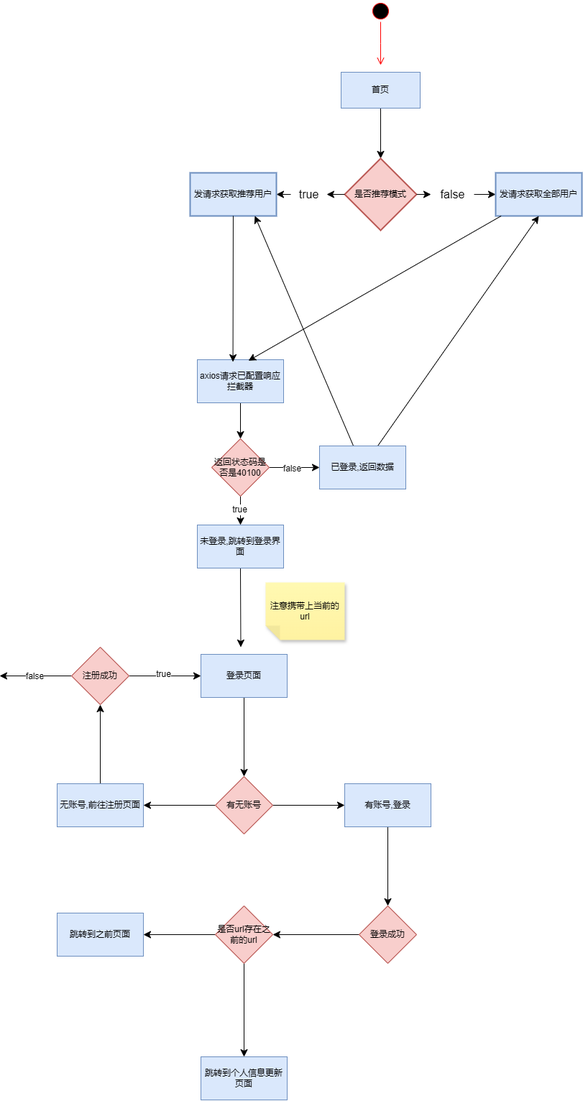
calmthinke/notePic keeps this draw.io diagram as 觅知音.drawio.png. Above is the earlier version. Source tidied: cells renumbered, new cells last; positions are measured from the earlier drawing's top-left corner, leaving out a move shared by most shapes.
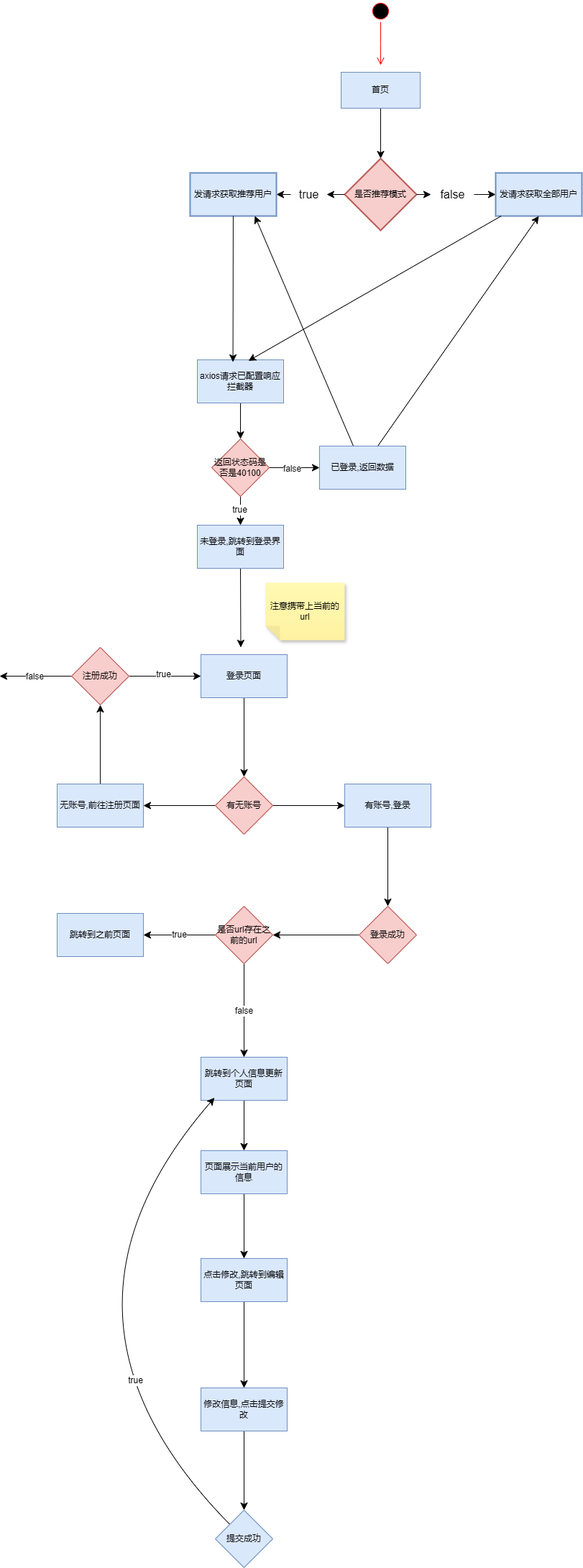
After the commit.

Commit message:
更新觅知音.drawio.png

Change to the diagram source:
```diff
@@ -137,10 +137,10 @@
     <mxCell id="44" value="登录成功" style="rhombus;whiteSpace=wrap;html=1;rounded=0;fillColor=#f8cecc;strokeColor=#b85450;" parent="1" vertex="1">
       <mxGeometry x="500" y="1260" width="80" height="80" as="geometry" />
     </mxCell>
-    <mxCell id="45" style="edgeStyle=none;curved=1;rounded=0;jettySize=auto;html=1;fontSize=12;startSize=8;endSize=8;" parent="1" edge="1" source="47" target="49">
+    <mxCell id="45" value="true" style="edgeStyle=none;curved=1;rounded=0;jettySize=auto;html=1;fontSize=12;startSize=8;endSize=8;" parent="1" edge="1" source="47" target="49">
       <mxGeometry relative="1" as="geometry" />
     </mxCell>
-    <mxCell id="46" style="edgeStyle=none;curved=1;rounded=0;jettySize=auto;html=1;fontSize=12;startSize=8;endSize=8;" parent="1" edge="1" source="47" target="50">
+    <mxCell id="46" value="false" style="edgeStyle=none;curved=1;rounded=0;jettySize=auto;html=1;fontSize=12;startSize=8;endSize=8;" parent="1" edge="1" source="47" target="50">
       <mxGeometry relative="1" as="geometry" />
     </mxCell>
     <mxCell id="47" value="是否url存在之前的url" style="rhombus;whiteSpace=wrap;html=1;rounded=0;fillColor=#f8cecc;strokeColor=#b85450;" parent="1" vertex="1">
@@ -152,8 +152,42 @@
     <mxCell id="49" value="跳转到之前页面" style="whiteSpace=wrap;html=1;rounded=0;fillColor=#dae8fc;strokeColor=#6c8ebf;" parent="1" vertex="1">
       <mxGeometry x="80" y="1270" width="120" height="60" as="geometry" />
     </mxCell>
+    <mxCell id="51" style="edgeStyle=none;curved=1;rounded=0;jettySize=auto;html=1;fontSize=12;startSize=8;endSize=8;" parent="1" edge="1" source="50" target="53">
+      <mxGeometry relative="1" as="geometry" />
+    </mxCell>
     <mxCell id="50" value="跳转到个人信息更新页面" style="whiteSpace=wrap;html=1;rounded=0;fillColor=#dae8fc;strokeColor=#6c8ebf;" parent="1" vertex="1">
       <mxGeometry x="280" y="1470" width="120" height="60" as="geometry" />
     </mxCell>
+    <mxCell id="52" style="edgeStyle=none;curved=1;rounded=0;jettySize=auto;html=1;fontSize=12;startSize=8;endSize=8;" parent="1" edge="1" source="53" target="55">
+      <mxGeometry relative="1" as="geometry" />
+    </mxCell>
+    <mxCell id="53" value="页面展示当前用户的信息" style="whiteSpace=wrap;html=1;fillColor=#dae8fc;strokeColor=#6c8ebf;rounded=0;" parent="1" vertex="1">
+      <mxGeometry x="280" y="1600" width="120" height="60" as="geometry" />
+    </mxCell>
+    <mxCell id="54" style="edgeStyle=none;curved=1;rounded=0;jettySize=auto;html=1;fontSize=12;startSize=8;endSize=8;" parent="1" edge="1" source="55" target="57">
+      <mxGeometry relative="1" as="geometry" />
+    </mxCell>
+    <mxCell id="55" value="点击修改,跳转到编辑页面" style="whiteSpace=wrap;html=1;fillColor=#dae8fc;strokeColor=#6c8ebf;rounded=0;" parent="1" vertex="1">
+      <mxGeometry x="280" y="1750" width="120" height="60" as="geometry" />
+    </mxCell>
+    <mxCell id="56" style="edgeStyle=none;curved=1;rounded=0;jettySize=auto;html=1;fontSize=12;startSize=8;endSize=8;" parent="1" edge="1" source="57" target="58">
+      <mxGeometry relative="1" as="geometry" />
+    </mxCell>
+    <mxCell id="57" value="修改信息,点击提交修改" style="whiteSpace=wrap;html=1;fillColor=#dae8fc;strokeColor=#6c8ebf;rounded=0;" parent="1" vertex="1">
+      <mxGeometry x="280" y="1930" width="120" height="60" as="geometry" />
+    </mxCell>
+    <mxCell id="58" value="提交成功" style="rhombus;whiteSpace=wrap;html=1;fillColor=#dae8fc;strokeColor=#6c8ebf;rounded=0;" parent="1" vertex="1">
+      <mxGeometry x="300" y="2100" width="80" height="80" as="geometry" />
+    </mxCell>
+    <mxCell id="59" style="edgeStyle=none;curved=1;rounded=0;jettySize=auto;html=1;entryX=0.157;entryY=0.94;entryDx=0;entryDy=0;entryPerimeter=0;fontSize=12;startSize=8;endSize=8;" parent="1" edge="1" source="58" target="50">
+      <mxGeometry relative="1" as="geometry">
+        <Array as="points">
+          <mxPoint x="35" y="1830" />
+        </Array>
+      </mxGeometry>
+    </mxCell>
+    <mxCell id="60" value="true" style="edgeLabel;html=1;align=center;verticalAlign=middle;fontSize=12;" parent="59" vertex="1">
+      <mxGeometry x="-0.42" y="-47" relative="1" as="geometry" />
+    </mxCell>
   </root>
 </mxGraphModel>
```
